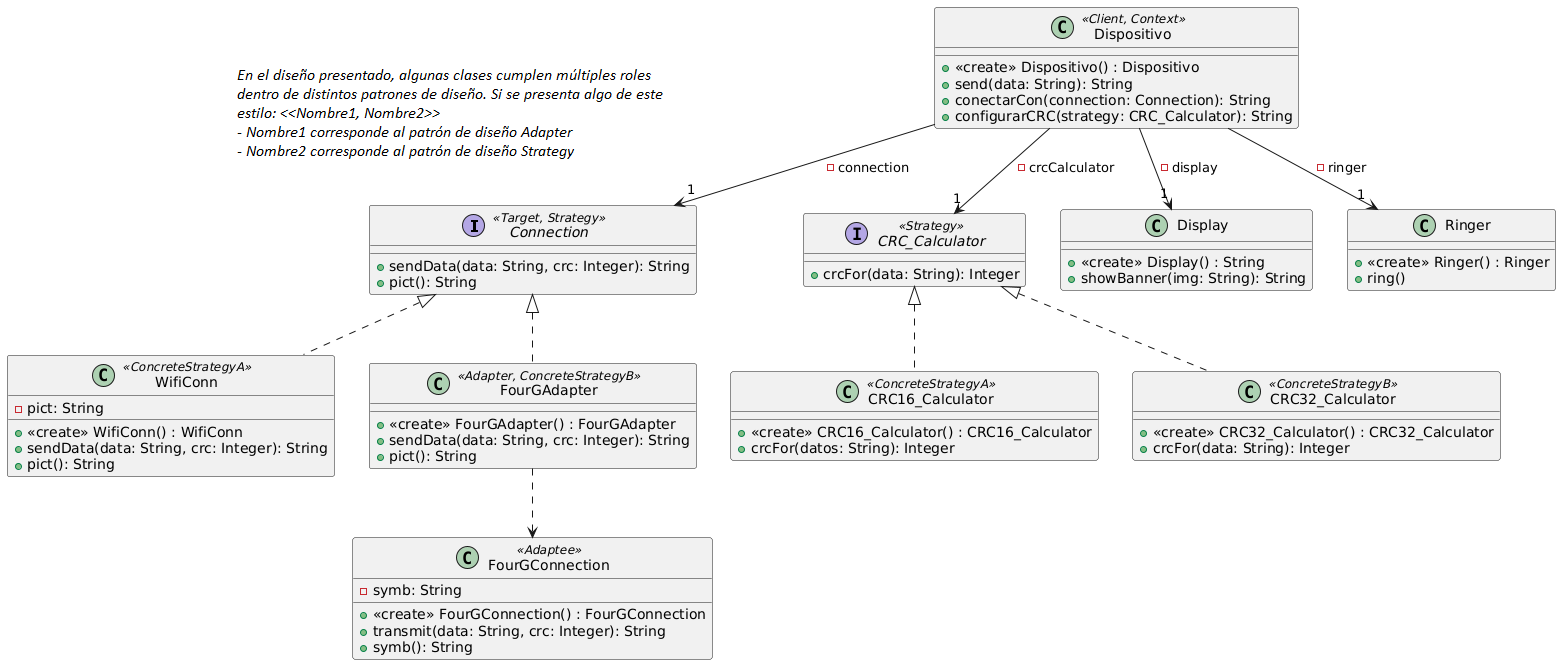
The PlantUML diagram UML/Patrones/Ejercicio08-UML.png in MatiasGuaymas/OO2, before a commit. The source it was exported from:
```plantuml
@startuml
interface Connection <<Target, Strategy>> {
  +sendData(data: String, crc: Integer): String
  +pict(): String
}

interface CRC_Calculator <<Strategy>> {
  +crcFor(data: String): Integer
}

class Dispositivo <<Client, Context>>{
  +<<create>> Dispositivo() : Dispositivo
  +send(data: String): String
  +conectarCon(connection: Connection): String
  +configurarCRC(strategy: CRC_Calculator): String
}

class WifiConn <<ConcreteStrategyA>>{
  -pict: String
  +<<create>> WifiConn() : WifiConn
  +sendData(data: String, crc: Integer): String
  +pict(): String
}

class FourGAdapter <<Adapter, ConcreteStrategyB>>{
  +<<create>> FourGAdapter() : FourGAdapter
  +sendData(data: String, crc: Integer): String
  +pict(): String
}

class FourGConnection <<Adaptee>>{
  -symb: String
  +<<create>> FourGConnection() : FourGConnection
  +transmit(data: String, crc: Integer): String
  +symb(): String
}

class CRC16_Calculator <<ConcreteStrategyA>> {
  +<<create>> CRC16_Calculator() : CRC16_Calculator
  +crcFor(datos: String): Integer
}

class CRC32_Calculator <<ConcreteStrategyB>>{
  +<<create>> CRC32_Calculator() : CRC32_Calculator
  +crcFor(data: String): Integer
}

class Display {
  +<<create>> Display() : String
  +showBanner(img: String): String
}

class Ringer {
  +<<create>> Ringer() : Ringer
  +ring()
}

Dispositivo --> "1" CRC_Calculator : -crcCalculator
Dispositivo --> "1" Display : -display
Dispositivo --> "1" Connection : -connection
Dispositivo --> "1" Ringer: -ringer
Connection <|.. WifiConn
Connection <|.. FourGAdapter
FourGAdapter ..> FourGConnection
 CRC_Calculator <|..  CRC16_Calculator
 CRC_Calculator <|.. CRC32_Calculator
@enduml
```
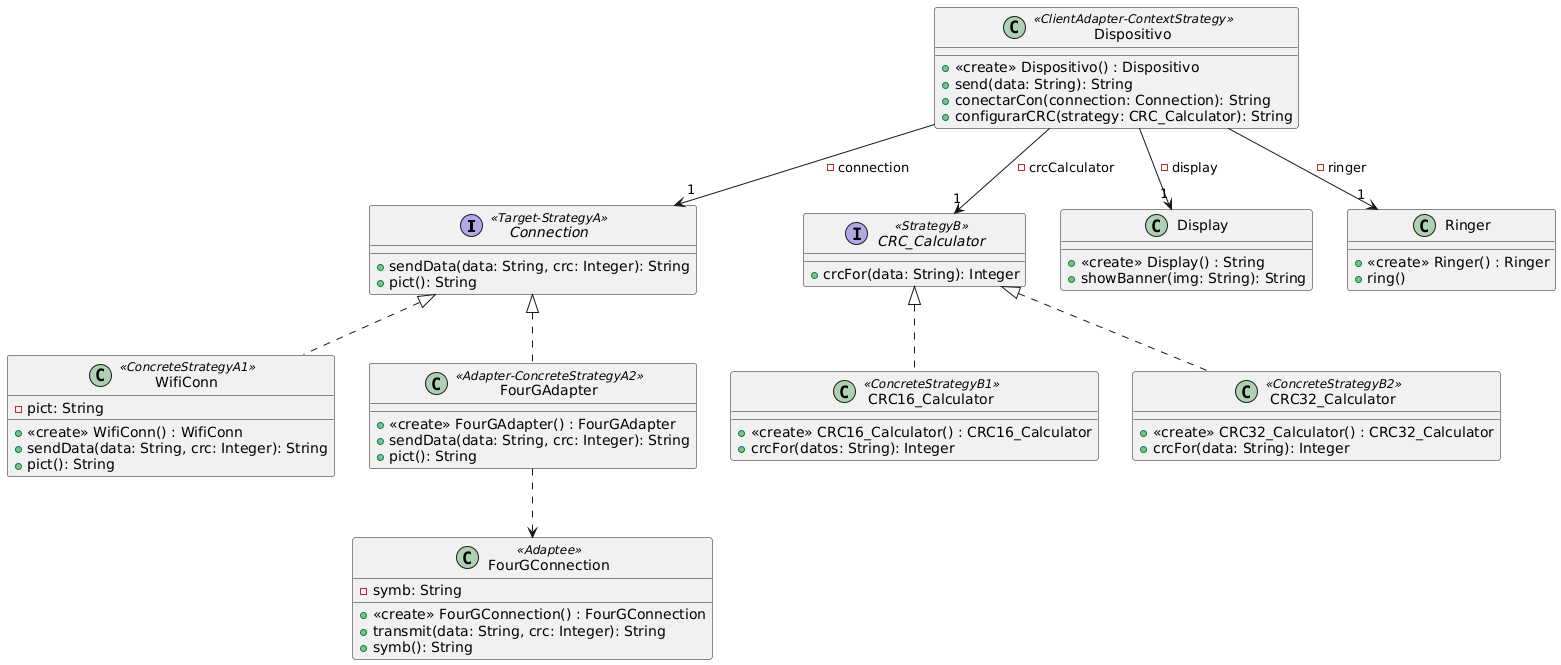
After the commit.

Commit message:
UML Ejercicios 7 y 8 - Patrones

Change to the diagram source:
```diff
@@ -1,28 +1,28 @@
 @startuml
-interface Connection <<Target, Strategy>> {
+interface Connection <<Target-StrategyA>> {
   +sendData(data: String, crc: Integer): String
   +pict(): String
 }
 
-interface CRC_Calculator <<Strategy>> {
+interface CRC_Calculator <<StrategyB>> {
   +crcFor(data: String): Integer
 }
 
-class Dispositivo <<Client, Context>>{
+class Dispositivo <<ClientAdapter-ContextStrategy>>{
   +<<create>> Dispositivo() : Dispositivo
   +send(data: String): String
   +conectarCon(connection: Connection): String
   +configurarCRC(strategy: CRC_Calculator): String
 }
 
-class WifiConn <<ConcreteStrategyA>>{
+class WifiConn <<ConcreteStrategyA1>>{
   -pict: String
   +<<create>> WifiConn() : WifiConn
   +sendData(data: String, crc: Integer): String
   +pict(): String
 }
 
-class FourGAdapter <<Adapter, ConcreteStrategyB>>{
+class FourGAdapter <<Adapter-ConcreteStrategyA2>>{
   +<<create>> FourGAdapter() : FourGAdapter
   +sendData(data: String, crc: Integer): String
   +pict(): String
@@ -35,12 +35,12 @@
   +symb(): String
 }
 
-class CRC16_Calculator <<ConcreteStrategyA>> {
+class CRC16_Calculator <<ConcreteStrategyB1>> {
   +<<create>> CRC16_Calculator() : CRC16_Calculator
   +crcFor(datos: String): Integer
 }
 
-class CRC32_Calculator <<ConcreteStrategyB>>{
+class CRC32_Calculator <<ConcreteStrategyB2>>{
   +<<create>> CRC32_Calculator() : CRC32_Calculator
   +crcFor(data: String): Integer
 }
```
